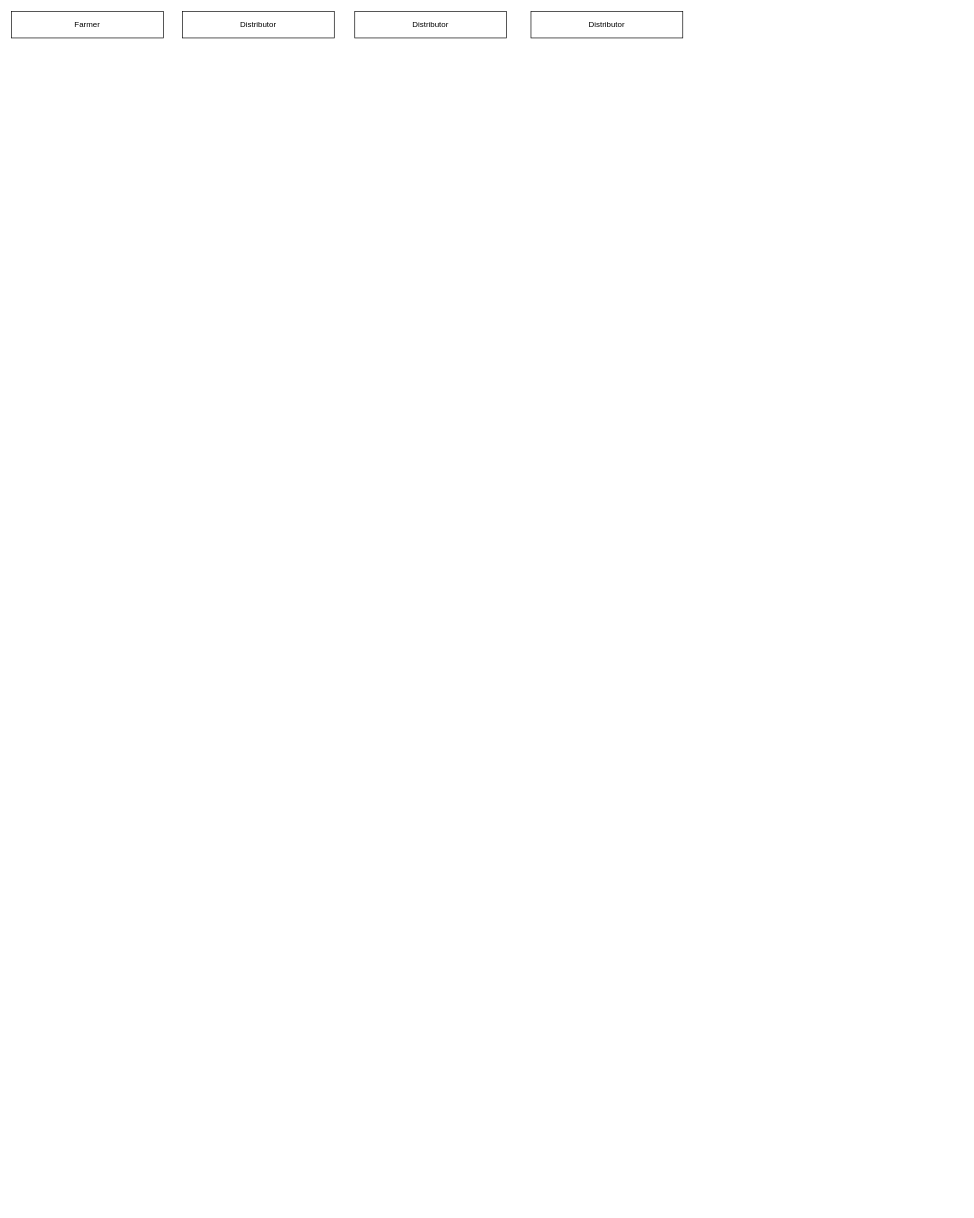
This is Unbenanntes Diagramm.drawio from Wuatsup/nd1309-Project-6b-Example-Template, a draw.io file, before an edit. Source tidied: cells renumbered, new cells numbered last; positions are measured from the earlier drawing's top-left corner, leaving out a move shared by most shapes. Both pictures are drawn from the tidied source at 66%, with x=0, y=0 at pixel (11, 11).
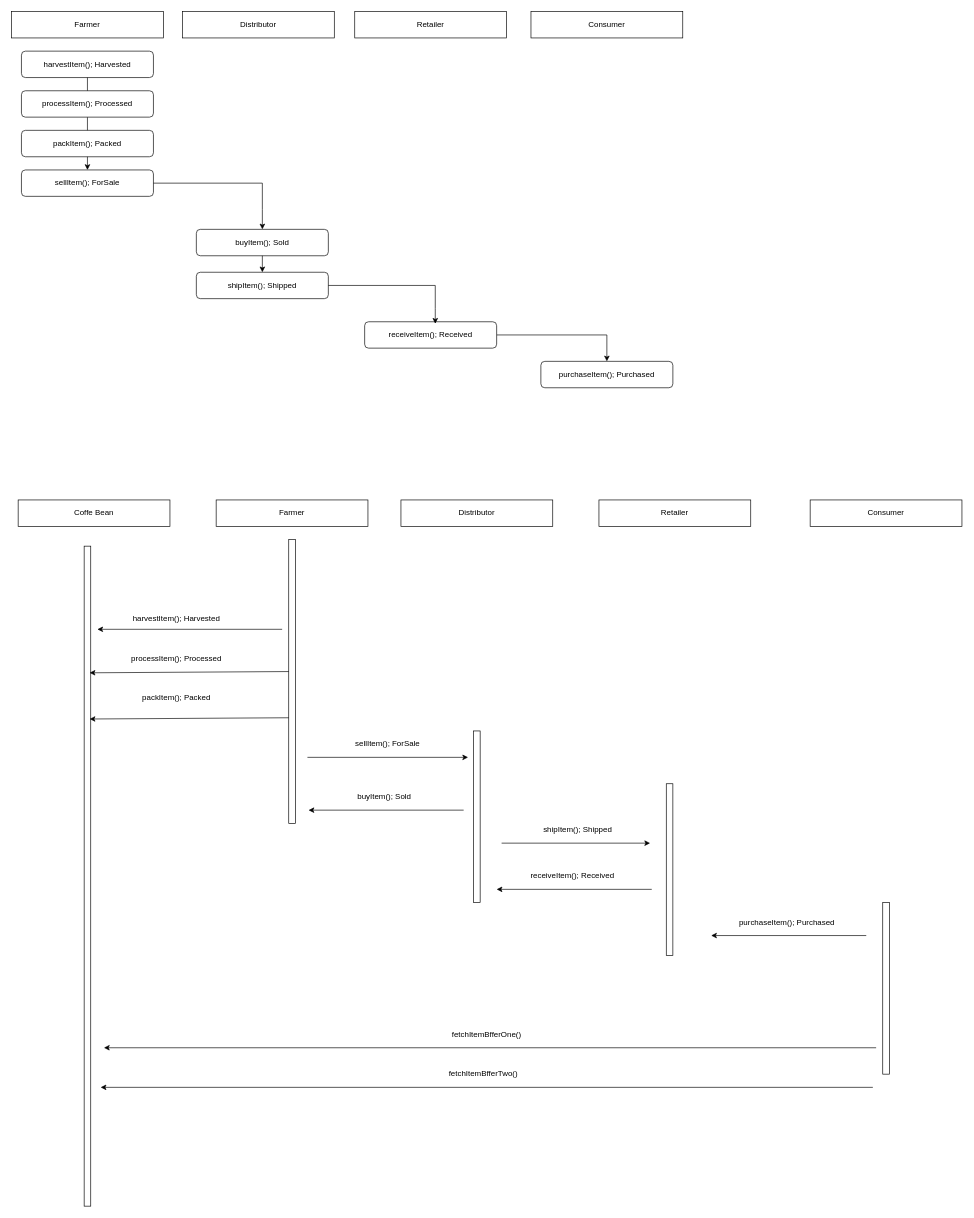
The same diagram, later.

The edit, as a diff of the source:
```diff
@@
-    <mxCell id="4" value="Distributor" style="rounded=0;whiteSpace=wrap;html=1;" parent="1" vertex="1">
+    <mxCell id="4" value="Retailer" style="rounded=0;whiteSpace=wrap;html=1;" parent="1" vertex="1">
       <mxGeometry x="520" width="230" height="40" as="geometry" />
     </mxCell>
-    <mxCell id="5" value="Distributor" style="rounded=0;whiteSpace=wrap;html=1;" parent="1" vertex="1">
+    <mxCell id="5" value="Consumer" style="rounded=0;whiteSpace=wrap;html=1;" parent="1" vertex="1">
       <mxGeometry x="787" width="230" height="40" as="geometry" />
     </mxCell>
+    <mxCell id="6" value="harvestItem(); Harvested" style="rounded=1;whiteSpace=wrap;html=1;" parent="1" vertex="1">
+      <mxGeometry x="15" y="60" width="200" height="40" as="geometry" />
+    </mxCell>
+    <mxCell id="7" value="buyItem(); Sold" style="rounded=1;whiteSpace=wrap;html=1;" parent="1" vertex="1">
+      <mxGeometry x="280" y="330" width="200" height="40" as="geometry" />
+    </mxCell>
+    <mxCell id="8" value="sellItem(); ForSale" style="rounded=1;whiteSpace=wrap;html=1;" parent="1" vertex="1">
+      <mxGeometry x="15" y="240" width="200" height="40" as="geometry" />
+    </mxCell>
+    <mxCell id="9" value="shipItem(); Shipped" style="rounded=1;whiteSpace=wrap;html=1;" parent="1" vertex="1">
+      <mxGeometry x="280" y="395" width="200" height="40" as="geometry" />
+    </mxCell>
+    <mxCell id="10" style="edgeStyle=orthogonalEdgeStyle;rounded=0;jettySize=auto;html=1;entryX=0.5;entryY=0;entryDx=0;entryDy=0;" parent="1" edge="1" source="11" target="12">
+      <mxGeometry relative="1" as="geometry" />
+    </mxCell>
+    <mxCell id="11" value="receiveItem(); Received" style="rounded=1;whiteSpace=wrap;html=1;" parent="1" vertex="1">
+      <mxGeometry x="535" y="470" width="200" height="40" as="geometry" />
+    </mxCell>
+    <mxCell id="12" value="purchaseItem(); Purchased" style="rounded=1;whiteSpace=wrap;html=1;" parent="1" vertex="1">
+      <mxGeometry x="802" y="530" width="200" height="40" as="geometry" />
+    </mxCell>
+    <mxCell id="13" style="endArrow=classic;html=1;rounded=0;exitX=0.5;exitY=1;exitDx=0;exitDy=0;entryX=0.5;entryY=0;entryDx=0;entryDy=0;" parent="1" edge="1" source="7" target="9">
+      <mxGeometry relative="1" as="geometry" />
+    </mxCell>
+    <mxCell id="14" style="endArrow=classic;html=1;rounded=0;exitX=0.5;exitY=1;exitDx=0;exitDy=0;" parent="1" edge="1" source="6" target="8">
+      <mxGeometry relative="1" as="geometry" />
+    </mxCell>
+    <mxCell id="15" style="endArrow=classic;html=1;rounded=0;exitX=1;exitY=0.5;exitDx=0;exitDy=0;entryX=0.5;entryY=0;entryDx=0;entryDy=0;" parent="1" edge="1" source="8" target="7">
+      <mxGeometry relative="1" as="geometry">
+        <Array as="points">
+          <mxPoint x="380" y="260" />
+          <mxPoint x="380" y="300" />
+        </Array>
+      </mxGeometry>
+    </mxCell>
+    <mxCell id="16" value="processItem(); Processed" style="rounded=1;whiteSpace=wrap;html=1;" parent="1" vertex="1">
+      <mxGeometry x="15" y="120" width="200" height="40" as="geometry" />
+    </mxCell>
+    <mxCell id="17" value="packItem(); Packed" style="rounded=1;whiteSpace=wrap;html=1;" parent="1" vertex="1">
+      <mxGeometry x="15" y="180" width="200" height="40" as="geometry" />
+    </mxCell>
+    <mxCell id="18" style="endArrow=classic;html=1;rounded=0;entryX=0.535;entryY=0.075;entryDx=0;entryDy=0;entryPerimeter=0;" parent="1" edge="1" target="11">
+      <mxGeometry relative="1" as="geometry">
+        <mxPoint x="480" y="415" as="sourcePoint" />
+        <Array as="points">
+          <mxPoint x="642" y="415" />
+          <mxPoint x="642" y="450" />
+        </Array>
+      </mxGeometry>
+    </mxCell>
+    <mxCell id="19" value="Coffe Bean" style="rounded=0;whiteSpace=wrap;html=1;" parent="1" vertex="1">
+      <mxGeometry x="10" y="740" width="230" height="40" as="geometry" />
+    </mxCell>
+    <mxCell id="20" value="Distributor" style="rounded=0;whiteSpace=wrap;html=1;" parent="1" vertex="1">
+      <mxGeometry x="590" y="740" width="230" height="40" as="geometry" />
+    </mxCell>
+    <mxCell id="21" value="Retailer" style="rounded=0;whiteSpace=wrap;html=1;" parent="1" vertex="1">
+      <mxGeometry x="890" y="740" width="230" height="40" as="geometry" />
+    </mxCell>
+    <mxCell id="22" value="Consumer" style="rounded=0;whiteSpace=wrap;html=1;" parent="1" vertex="1">
+      <mxGeometry x="1210" y="740" width="230" height="40" as="geometry" />
+    </mxCell>
+    <mxCell id="23" style="rounded=0;whiteSpace=wrap;html=1;" parent="1" vertex="1">
+      <mxGeometry x="110" y="810" width="10" height="1000" as="geometry" />
+    </mxCell>
+    <mxCell id="24" value="Farmer" style="rounded=0;whiteSpace=wrap;html=1;" parent="1" vertex="1">
+      <mxGeometry x="310" y="740" width="230" height="40" as="geometry" />
+    </mxCell>
+    <mxCell id="25" value="harvestItem(); Harvested" style="rounded=1;whiteSpace=wrap;html=1;strokeColor=none;fillColor=none;" parent="1" vertex="1">
+      <mxGeometry x="150" y="900" width="200" height="40" as="geometry" />
+    </mxCell>
+    <mxCell id="26" value="sellItem(); ForSale" style="rounded=1;whiteSpace=wrap;html=1;strokeColor=none;fillColor=none;" parent="1" vertex="1">
+      <mxGeometry x="470" y="1090" width="200" height="40" as="geometry" />
+    </mxCell>
+    <mxCell id="27" value="processItem(); Processed" style="rounded=1;whiteSpace=wrap;html=1;strokeColor=none;fillColor=none;" parent="1" vertex="1">
+      <mxGeometry x="150" y="960" width="200" height="40" as="geometry" />
+    </mxCell>
+    <mxCell id="28" value="packItem(); Packed" style="rounded=1;whiteSpace=wrap;html=1;strokeColor=none;fillColor=none;" parent="1" vertex="1">
+      <mxGeometry x="150" y="1020" width="200" height="40" as="geometry" />
+    </mxCell>
+    <mxCell id="29" style="rounded=0;whiteSpace=wrap;html=1;" parent="1" vertex="1">
+      <mxGeometry x="420" y="800" width="10" height="430" as="geometry" />
+    </mxCell>
+    <mxCell id="30" style="endArrow=classic;html=1;rounded=0;" parent="1" edge="1">
+      <mxGeometry relative="1" as="geometry">
+        <mxPoint x="410" y="936" as="sourcePoint" />
+        <mxPoint x="130" y="936" as="targetPoint" />
+      </mxGeometry>
+    </mxCell>
+    <mxCell id="31" style="endArrow=classic;html=1;rounded=0;exitX=0.083;exitY=0.232;exitDx=0;exitDy=0;exitPerimeter=0;entryX=0.917;entryY=0.218;entryDx=0;entryDy=0;entryPerimeter=0;" parent="1" edge="1">
+      <mxGeometry relative="1" as="geometry">
+        <mxPoint x="420" y="1000" as="sourcePoint" />
+        <mxPoint x="118.3" y="1001.9" as="targetPoint" />
+      </mxGeometry>
+    </mxCell>
+    <mxCell id="32" style="endArrow=classic;html=1;rounded=0;exitX=0.083;exitY=0.232;exitDx=0;exitDy=0;exitPerimeter=0;entryX=0.917;entryY=0.218;entryDx=0;entryDy=0;entryPerimeter=0;" parent="1" edge="1">
+      <mxGeometry relative="1" as="geometry">
+        <mxPoint x="420" y="1070" as="sourcePoint" />
+        <mxPoint x="118.3" y="1071.9" as="targetPoint" />
+      </mxGeometry>
+    </mxCell>
+    <mxCell id="33" style="endArrow=classic;html=1;rounded=0;exitX=0.083;exitY=0.232;exitDx=0;exitDy=0;exitPerimeter=0;" parent="1" edge="1">
+      <mxGeometry relative="1" as="geometry">
+        <mxPoint x="448.3" y="1130" as="sourcePoint" />
+        <mxPoint x="691.7" y="1130" as="targetPoint" />
+      </mxGeometry>
+    </mxCell>
+    <mxCell id="34" style="rounded=0;whiteSpace=wrap;html=1;" parent="1" vertex="1">
+      <mxGeometry x="700" y="1090" width="10" height="260" as="geometry" />
+    </mxCell>
+    <mxCell id="35" style="endArrow=classic;html=1;rounded=0;startArrow=none;" parent="1" edge="1">
+      <mxGeometry relative="1" as="geometry">
+        <mxPoint x="685" y="1210" as="sourcePoint" />
+        <mxPoint x="450" y="1210" as="targetPoint" />
+      </mxGeometry>
+    </mxCell>
+    <mxCell id="36" style="rounded=0;whiteSpace=wrap;html=1;" parent="1" vertex="1">
+      <mxGeometry x="992" y="1170" width="10" height="260" as="geometry" />
+    </mxCell>
+    <mxCell id="37" style="endArrow=classic;html=1;rounded=0;" parent="1" edge="1">
+      <mxGeometry relative="1" as="geometry">
+        <mxPoint x="742.5" y="1260" as="sourcePoint" />
+        <mxPoint x="967.5" y="1260" as="targetPoint" />
+      </mxGeometry>
+    </mxCell>
+    <mxCell id="38" value="shipItem(); Shipped" style="rounded=1;whiteSpace=wrap;html=1;strokeColor=none;fillColor=none;" parent="1" vertex="1">
+      <mxGeometry x="757.5" y="1220" width="200" height="40" as="geometry" />
+    </mxCell>
+    <mxCell id="39" value="buyItem(); Sold" style="rounded=1;whiteSpace=wrap;html=1;strokeColor=none;fillColor=none;" parent="1" vertex="1">
+      <mxGeometry x="465" y="1170" width="200" height="40" as="geometry" />
+    </mxCell>
+    <mxCell id="40" style="endArrow=classic;html=1;rounded=0;startArrow=none;" parent="1" edge="1">
+      <mxGeometry relative="1" as="geometry">
+        <mxPoint x="970" y="1330" as="sourcePoint" />
+        <mxPoint x="735" y="1330" as="targetPoint" />
+      </mxGeometry>
+    </mxCell>
+    <mxCell id="41" value="receiveItem(); Received" style="rounded=1;whiteSpace=wrap;html=1;strokeColor=none;fillColor=none;" parent="1" vertex="1">
+      <mxGeometry x="750" y="1290" width="200" height="40" as="geometry" />
+    </mxCell>
+    <mxCell id="42" style="rounded=0;whiteSpace=wrap;html=1;" parent="1" vertex="1">
+      <mxGeometry x="1320" y="1350" width="10" height="260" as="geometry" />
+    </mxCell>
+    <mxCell id="43" style="endArrow=classic;html=1;rounded=0;startArrow=none;" parent="1" edge="1">
+      <mxGeometry relative="1" as="geometry">
+        <mxPoint x="1295" y="1400" as="sourcePoint" />
+        <mxPoint x="1060" y="1400" as="targetPoint" />
+      </mxGeometry>
+    </mxCell>
+    <mxCell id="44" value="purchaseItem(); Purchased" style="rounded=1;whiteSpace=wrap;html=1;strokeColor=none;fillColor=none;" parent="1" vertex="1">
+      <mxGeometry x="1075" y="1360" width="200" height="40" as="geometry" />
+    </mxCell>
+    <mxCell id="45" value="fetchItemBfferOne()" style="rounded=1;whiteSpace=wrap;html=1;strokeColor=none;fillColor=none;" parent="1" vertex="1">
+      <mxGeometry x="620" y="1530" width="200" height="40" as="geometry" />
+    </mxCell>
+    <mxCell id="46" style="endArrow=classic;html=1;rounded=0;" parent="1" edge="1">
+      <mxGeometry relative="1" as="geometry">
+        <mxPoint x="1310" y="1570" as="sourcePoint" />
+        <mxPoint x="140" y="1570" as="targetPoint" />
+      </mxGeometry>
+    </mxCell>
+    <mxCell id="47" value="fetchItemBfferTwo()" style="rounded=1;whiteSpace=wrap;html=1;strokeColor=none;fillColor=none;" parent="1" vertex="1">
+      <mxGeometry x="615" y="1590" width="200" height="40" as="geometry" />
+    </mxCell>
+    <mxCell id="48" style="endArrow=classic;html=1;rounded=0;" parent="1" edge="1">
+      <mxGeometry relative="1" as="geometry">
+        <mxPoint x="1305" y="1630" as="sourcePoint" />
+        <mxPoint x="135" y="1630" as="targetPoint" />
+      </mxGeometry>
+    </mxCell>
```
